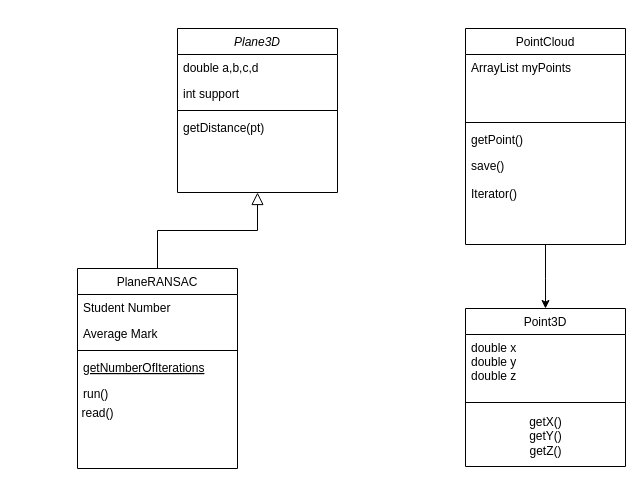
Before: Untitled Diagram.drawio in yushika-j/seg-2505, a draw.io diagram. Source tidied: cells renumbered, new cells numbered last; positions are measured from the earlier drawing's top-left corner, leaving out a move shared by most shapes. Both pictures are drawn from the tidied source at 100%, with x=0, y=0 at pixel (17, 28).
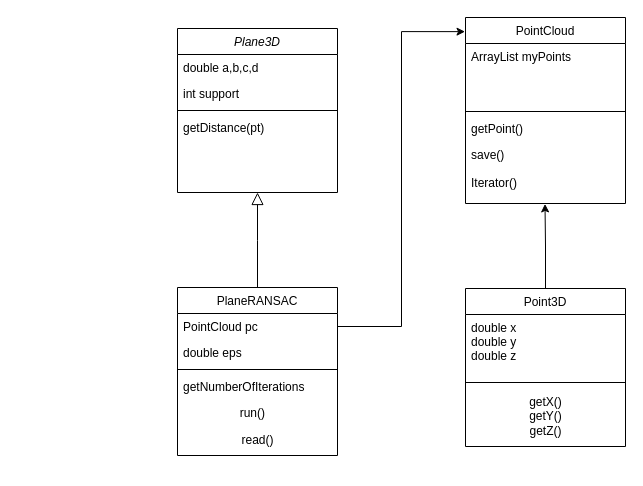
After the change.

The change refers to these unchanged cells:
```xml
<mxCell id="23" value="save()&#10;&#10;Iterator()" style="text;align=left;verticalAlign=top;spacingLeft=4;spacingRight=4;overflow=hidden;points=[[0,0.5],[1,0.5]];portConstraint=eastwest;" parent="19" vertex="1">
  <mxGeometry y="124" width="160" height="62" as="geometry" />
</mxCell>
```

Change to the diagram source:
```diff
@@
     <mxCell id="7" value="PlaneRANSAC" style="swimlane;fontStyle=0;align=center;verticalAlign=top;horizontal=1;startSize=26;rounded=0;shadow=0;strokeWidth=1;" parent="1" vertex="1">
-      <mxGeometry x="60" y="240" width="160" height="200" as="geometry" />
+      <mxGeometry x="160" y="259" width="160" height="168" as="geometry" />
     </mxCell>
-    <mxCell id="8" value="Student Number" style="text;align=left;verticalAlign=top;spacingLeft=4;spacingRight=4;overflow=hidden;points=[[0,0.5],[1,0.5]];portConstraint=eastwest;" parent="7" vertex="1">
+    <mxCell id="8" value="PointCloud pc" style="text;align=left;verticalAlign=top;spacingLeft=4;spacingRight=4;overflow=hidden;points=[[0,0.5],[1,0.5]];portConstraint=eastwest;" parent="7" vertex="1">
       <mxGeometry y="26" width="160" height="26" as="geometry" />
     </mxCell>
-    <mxCell id="9" value="Average Mark" style="text;align=left;verticalAlign=top;spacingLeft=4;spacingRight=4;overflow=hidden;rounded=0;shadow=0;html=0;" parent="7" vertex="1">
+    <mxCell id="9" value="double eps" style="text;align=left;verticalAlign=top;spacingLeft=4;spacingRight=4;overflow=hidden;rounded=0;shadow=0;html=0;" parent="7" vertex="1">
       <mxGeometry y="52" width="160" height="26" as="geometry" />
     </mxCell>
@@
-    <mxCell id="11" value="getNumberOfIterations" style="text;align=left;verticalAlign=top;spacingLeft=4;spacingRight=4;overflow=hidden;fontStyle=4;" parent="7" vertex="1">
+    <mxCell id="11" value="getNumberOfIterations" style="text;align=left;verticalAlign=top;spacingLeft=4;spacingRight=4;overflow=hidden;fontStyle=0;" parent="7" vertex="1">
       <mxGeometry y="86" width="160" height="26" as="geometry" />
     </mxCell>
-    <mxCell id="12" value="run()" style="text;align=left;verticalAlign=top;spacingLeft=4;spacingRight=4;overflow=hidden;" parent="7" vertex="1">
+    <mxCell id="12" value="                 run()" style="text;align=left;verticalAlign=top;spacingLeft=4;spacingRight=4;overflow=hidden;" parent="7" vertex="1">
       <mxGeometry y="112" width="160" height="26" as="geometry" />
     </mxCell>
+    <mxCell id="24" value="read()" style="text;html=1;align=center;verticalAlign=middle;strokeColor=none;fillColor=none;" parent="7" vertex="1">
+      <mxGeometry y="138" width="160" height="30" as="geometry" />
+    </mxCell>
@@
+    <mxCell id="25" style="edgeStyle=orthogonalEdgeStyle;rounded=0;jettySize=auto;html=1;exitX=0.5;exitY=0;exitDx=0;exitDy=0;entryX=0.497;entryY=1.007;entryDx=0;entryDy=0;entryPerimeter=0;" parent="1" edge="1" source="14" target="23">
+      <mxGeometry relative="1" as="geometry" />
+    </mxCell>
     <mxCell id="14" value="Point3D" style="swimlane;fontStyle=0;align=center;verticalAlign=top;horizontal=1;startSize=26;rounded=0;shadow=0;strokeWidth=1;" parent="1" vertex="1">
-      <mxGeometry x="448" y="280" width="160" height="158" as="geometry" />
+      <mxGeometry x="448" y="260" width="160" height="158" as="geometry" />
     </mxCell>
@@
-    <mxCell id="18" style="edgeStyle=orthogonalEdgeStyle;rounded=0;jettySize=auto;html=1;exitX=0.5;exitY=1;exitDx=0;exitDy=0;entryX=0.5;entryY=0;entryDx=0;entryDy=0;" parent="1" edge="1" source="19" target="14">
-      <mxGeometry relative="1" as="geometry">
-        <Array as="points">
-          <mxPoint x="528" y="250" />
-          <mxPoint x="528" y="250" />
-        </Array>
-      </mxGeometry>
-    </mxCell>
     <mxCell id="19" value="PointCloud" style="swimlane;fontStyle=0;align=center;verticalAlign=top;horizontal=1;startSize=26;rounded=0;shadow=0;strokeWidth=1;" parent="1" vertex="1">
-      <mxGeometry x="448" width="160" height="216" as="geometry" />
+      <mxGeometry x="448" y="-11" width="160" height="186" as="geometry" />
     </mxCell>
@@
-    <mxCell id="24" value="read()" style="text;html=1;align=center;verticalAlign=middle;strokeColor=none;fillColor=none;" parent="1" vertex="1">
-      <mxGeometry y="370" width="160" height="30" as="geometry" />
-    </mxCell>
+    <mxCell id="26" style="edgeStyle=orthogonalEdgeStyle;rounded=0;jettySize=auto;html=1;exitX=1;exitY=0.5;exitDx=0;exitDy=0;entryX=-0.003;entryY=0.076;entryDx=0;entryDy=0;entryPerimeter=0;" parent="1" edge="1" source="8" target="19">
+      <mxGeometry relative="1" as="geometry" />
+    </mxCell>
```
